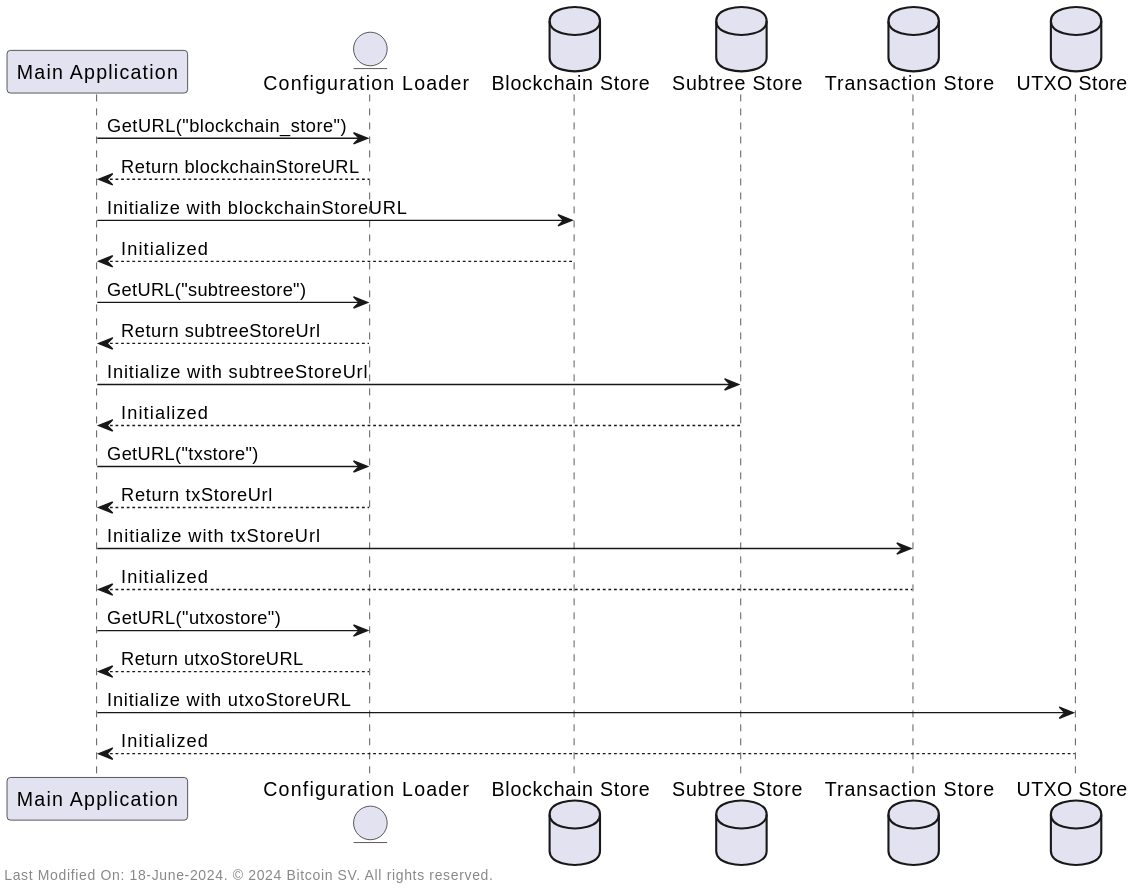
The PlantUML diagram docs/commands/img/plantuml/chain_integrity_init.svg in freemans13/teranode, before a commit.
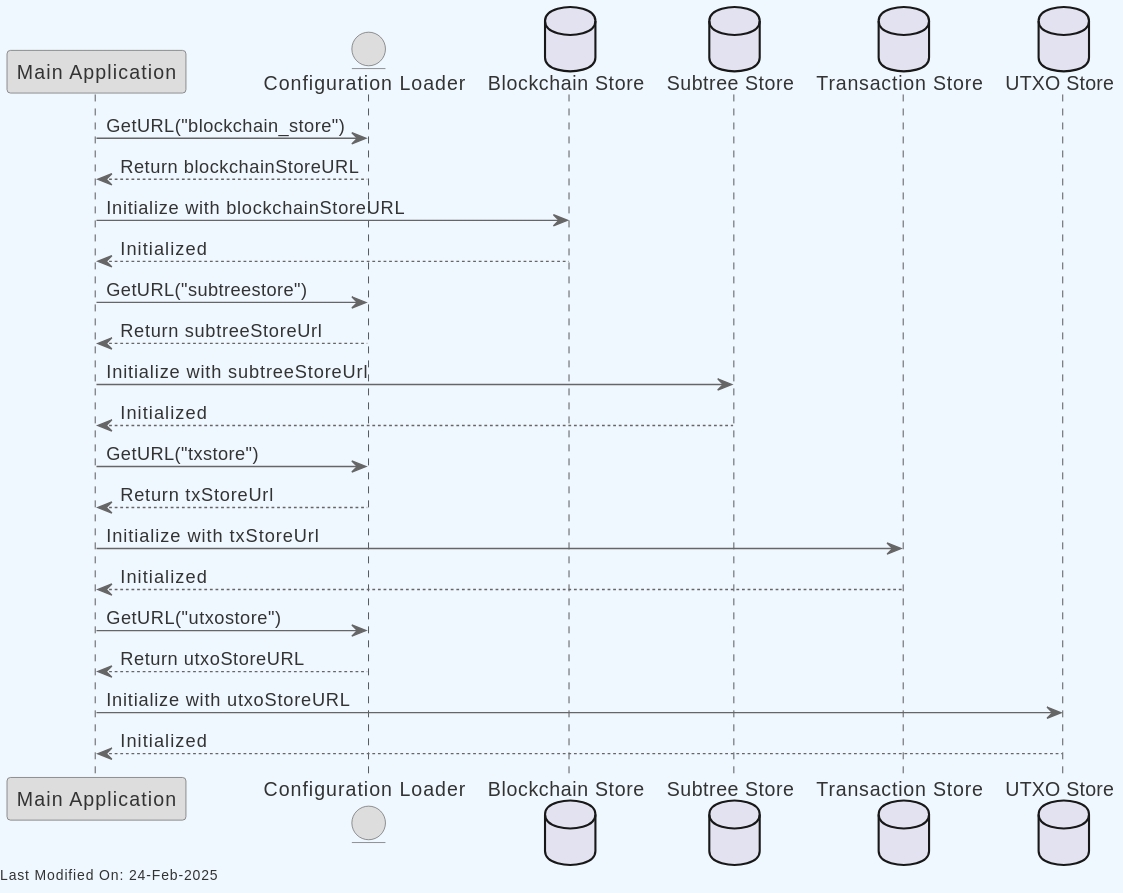
Above is the later version.

Change to the diagram source:
```diff
@@ -1,4 +1,26 @@
 @startuml
+skinparam backgroundColor #F0F8FF
+skinparam defaultFontColor #333333
+skinparam arrowColor #666666
+
+skinparam entity {
+  BorderColor #666666
+  BackgroundColor #DDDDDD
+}
+
+skinparam control {
+  BorderColor #666666
+  BackgroundColor #DDDDDD
+}
+
+skinparam participant {
+  BorderColor #666666
+  BackgroundColor #DDDDDD
+}
+
+
+
+
 participant "Main Application" as Main
 entity "Configuration Loader" as ConfigLoader
 database "Blockchain Store" as BlockchainDB
@@ -26,5 +48,5 @@
 Main -> UTXOStore: Initialize with utxoStoreURL
 UTXOStore --> Main: Initialized
 
-left footer " Last Modified On: 18-June-2024. © 2024 Bitcoin SV. All rights reserved."
+left footer Last Modified On: %date("dd-MMM-yyyy")
 @enduml
```
